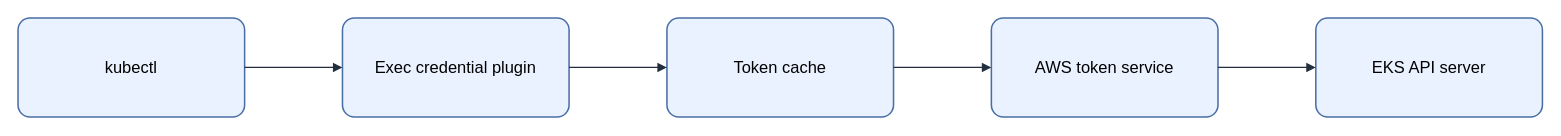
This is assets/img/aws/eks-token-cache-flow.drawio from KKamJi98/kkamji98.github.io, a draw.io file, before an edit. Source tidied: cells renumbered, new cells numbered last; positions are measured from the earlier drawing's top-left corner, leaving out a move shared by most shapes. Both pictures are drawn from the tidied source at 103%, with x=0, y=0 at pixel (18, 18).
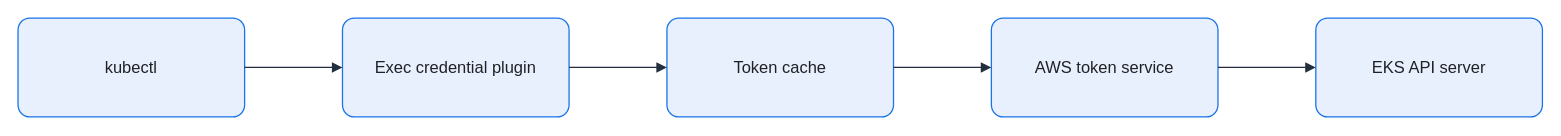
The same page after the edit.

The edit, as a diff of the source:
```diff
@@
 <mxGraphModel background="#FFFFFF">
   <root>
     <mxCell id="0" />
     <mxCell id="1" parent="0" />
-    <mxCell id="2" value="kubectl" style="rounded=1;arcSize=12;whiteSpace=wrap;html=0;fillColor=#EAF2FF;strokeColor=#4A6FA5;strokeWidth=1.5;fontColor=#000000;fontSize=16;align=center;verticalAlign=middle;spacing=8;shadow=0;" parent="1" vertex="1">
+    <mxCell id="2" value="kubectl" style="rounded=1;arcSize=12;whiteSpace=wrap;html=0;fillColor=#E8F0FE;strokeColor=#1A73E8;strokeWidth=1.25;fontColor=#202124;fontSize=16;align=center;verticalAlign=middle;spacing=8;shadow=0;" parent="1" vertex="1">
       <mxGeometry width="220" height="96" as="geometry" />
     </mxCell>
-    <mxCell id="3" value="Exec credential plugin" style="rounded=1;arcSize=12;whiteSpace=wrap;html=0;fillColor=#EAF2FF;strokeColor=#4A6FA5;strokeWidth=1.5;fontColor=#000000;fontSize=16;align=center;verticalAlign=middle;spacing=8;shadow=0;" parent="1" vertex="1">
+    <mxCell id="3" value="Exec credential plugin" style="rounded=1;arcSize=12;whiteSpace=wrap;html=0;fillColor=#E8F0FE;strokeColor=#1A73E8;strokeWidth=1.25;fontColor=#202124;fontSize=16;align=center;verticalAlign=middle;spacing=8;shadow=0;" parent="1" vertex="1">
       <mxGeometry x="315" width="220" height="96" as="geometry" />
     </mxCell>
-    <mxCell id="4" value="Token cache" style="rounded=1;arcSize=12;whiteSpace=wrap;html=0;fillColor=#EAF2FF;strokeColor=#4A6FA5;strokeWidth=1.5;fontColor=#000000;fontSize=16;align=center;verticalAlign=middle;spacing=8;shadow=0;" parent="1" vertex="1">
+    <mxCell id="4" value="Token cache" style="rounded=1;arcSize=12;whiteSpace=wrap;html=0;fillColor=#E8F0FE;strokeColor=#1A73E8;strokeWidth=1.25;fontColor=#202124;fontSize=16;align=center;verticalAlign=middle;spacing=8;shadow=0;" parent="1" vertex="1">
       <mxGeometry x="630" width="220" height="96" as="geometry" />
     </mxCell>
-    <mxCell id="5" value="AWS token service" style="rounded=1;arcSize=12;whiteSpace=wrap;html=0;fillColor=#EAF2FF;strokeColor=#4A6FA5;strokeWidth=1.5;fontColor=#000000;fontSize=16;align=center;verticalAlign=middle;spacing=8;shadow=0;" parent="1" vertex="1">
+    <mxCell id="5" value="AWS token service" style="rounded=1;arcSize=12;whiteSpace=wrap;html=0;fillColor=#E8F0FE;strokeColor=#1A73E8;strokeWidth=1.25;fontColor=#202124;fontSize=16;align=center;verticalAlign=middle;spacing=8;shadow=0;" parent="1" vertex="1">
       <mxGeometry x="945" width="220" height="96" as="geometry" />
     </mxCell>
-    <mxCell id="6" value="EKS API server" style="rounded=1;arcSize=12;whiteSpace=wrap;html=0;fillColor=#EAF2FF;strokeColor=#4A6FA5;strokeWidth=1.5;fontColor=#000000;fontSize=16;align=center;verticalAlign=middle;spacing=8;shadow=0;" parent="1" vertex="1">
+    <mxCell id="6" value="EKS API server" style="rounded=1;arcSize=12;whiteSpace=wrap;html=0;fillColor=#E8F0FE;strokeColor=#1A73E8;strokeWidth=1.25;fontColor=#202124;fontSize=16;align=center;verticalAlign=middle;spacing=8;shadow=0;" parent="1" vertex="1">
       <mxGeometry x="1260" width="220" height="96" as="geometry" />
     </mxCell>
-    <mxCell id="7" style="edgeStyle=orthogonalEdgeStyle;rounded=0;jettySize=auto;html=0;endArrow=block;endFill=1;strokeColor=#232F3E;strokeWidth=1.25;fontColor=#000000;labelBackgroundColor=none;exitX=1;exitY=0.5;exitDx=0;exitDy=0;entryX=0;entryY=0.5;entryDx=0;entryDy=0;" parent="1" edge="1" source="2" target="3">
+    <mxCell id="7" style="edgeStyle=orthogonalEdgeStyle;rounded=0;jettySize=auto;html=0;endArrow=block;endFill=1;strokeColor=#232F3E;strokeWidth=1.25;fontColor=#202124;labelBackgroundColor=none;exitX=1;exitY=0.5;exitDx=0;exitDy=0;entryX=0;entryY=0.5;entryDx=0;entryDy=0;endSize=7;" parent="1" edge="1" source="2" target="3">
       <mxGeometry relative="1" as="geometry" />
     </mxCell>
-    <mxCell id="8" style="edgeStyle=orthogonalEdgeStyle;rounded=0;jettySize=auto;html=0;endArrow=block;endFill=1;strokeColor=#232F3E;strokeWidth=1.25;fontColor=#000000;labelBackgroundColor=none;exitX=1;exitY=0.5;exitDx=0;exitDy=0;entryX=0;entryY=0.5;entryDx=0;entryDy=0;" parent="1" edge="1" source="3" target="4">
+    <mxCell id="8" style="edgeStyle=orthogonalEdgeStyle;rounded=0;jettySize=auto;html=0;endArrow=block;endFill=1;strokeColor=#232F3E;strokeWidth=1.25;fontColor=#202124;labelBackgroundColor=none;exitX=1;exitY=0.5;exitDx=0;exitDy=0;entryX=0;entryY=0.5;entryDx=0;entryDy=0;endSize=7;" parent="1" edge="1" source="3" target="4">
       <mxGeometry relative="1" as="geometry" />
     </mxCell>
-    <mxCell id="9" style="edgeStyle=orthogonalEdgeStyle;rounded=0;jettySize=auto;html=0;endArrow=block;endFill=1;strokeColor=#232F3E;strokeWidth=1.25;fontColor=#000000;labelBackgroundColor=none;exitX=1;exitY=0.5;exitDx=0;exitDy=0;entryX=0;entryY=0.5;entryDx=0;entryDy=0;" parent="1" edge="1" source="4" target="5">
+    <mxCell id="9" style="edgeStyle=orthogonalEdgeStyle;rounded=0;jettySize=auto;html=0;endArrow=block;endFill=1;strokeColor=#232F3E;strokeWidth=1.25;fontColor=#202124;labelBackgroundColor=none;exitX=1;exitY=0.5;exitDx=0;exitDy=0;entryX=0;entryY=0.5;entryDx=0;entryDy=0;endSize=7;" parent="1" edge="1" source="4" target="5">
       <mxGeometry relative="1" as="geometry" />
     </mxCell>
-    <mxCell id="10" style="edgeStyle=orthogonalEdgeStyle;rounded=0;jettySize=auto;html=0;endArrow=block;endFill=1;strokeColor=#232F3E;strokeWidth=1.25;fontColor=#000000;labelBackgroundColor=none;exitX=1;exitY=0.5;exitDx=0;exitDy=0;entryX=0;entryY=0.5;entryDx=0;entryDy=0;" parent="1" edge="1" source="5" target="6">
+    <mxCell id="10" style="edgeStyle=orthogonalEdgeStyle;rounded=0;jettySize=auto;html=0;endArrow=block;endFill=1;strokeColor=#232F3E;strokeWidth=1.25;fontColor=#202124;labelBackgroundColor=none;exitX=1;exitY=0.5;exitDx=0;exitDy=0;entryX=0;entryY=0.5;entryDx=0;entryDy=0;endSize=7;" parent="1" edge="1" source="5" target="6">
       <mxGeometry relative="1" as="geometry" />
     </mxCell>
   </root>
 </mxGraphModel>
```
